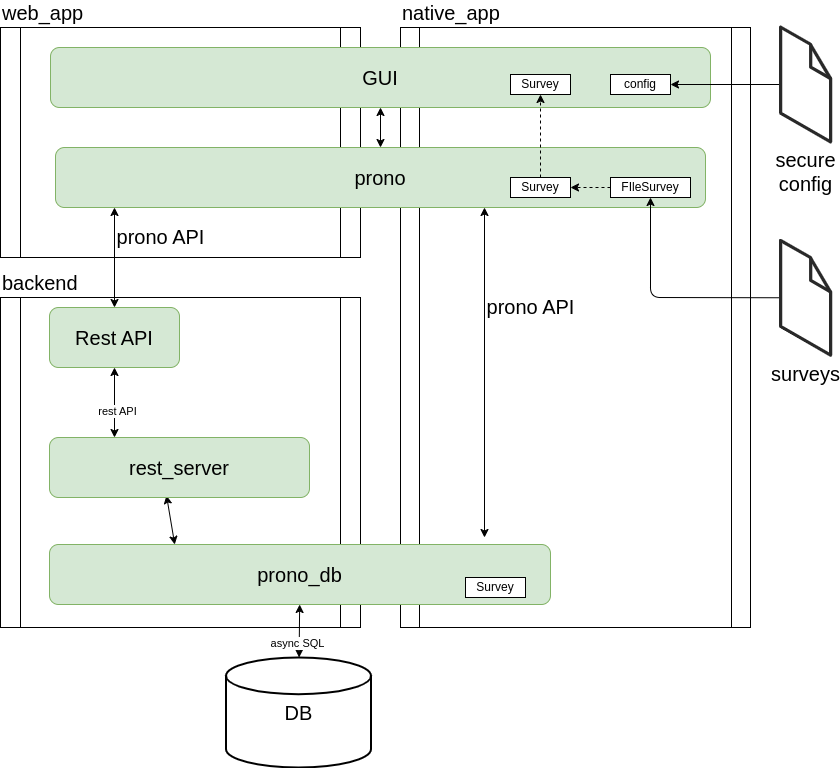
Earlier version of the draw.io export docs/architecture.drawio.png (jaques-sam/prono). Source tidied: cells renumbered, new cells last; positions are measured from the earlier drawing's top-left corner, leaving out a move shared by most shapes.
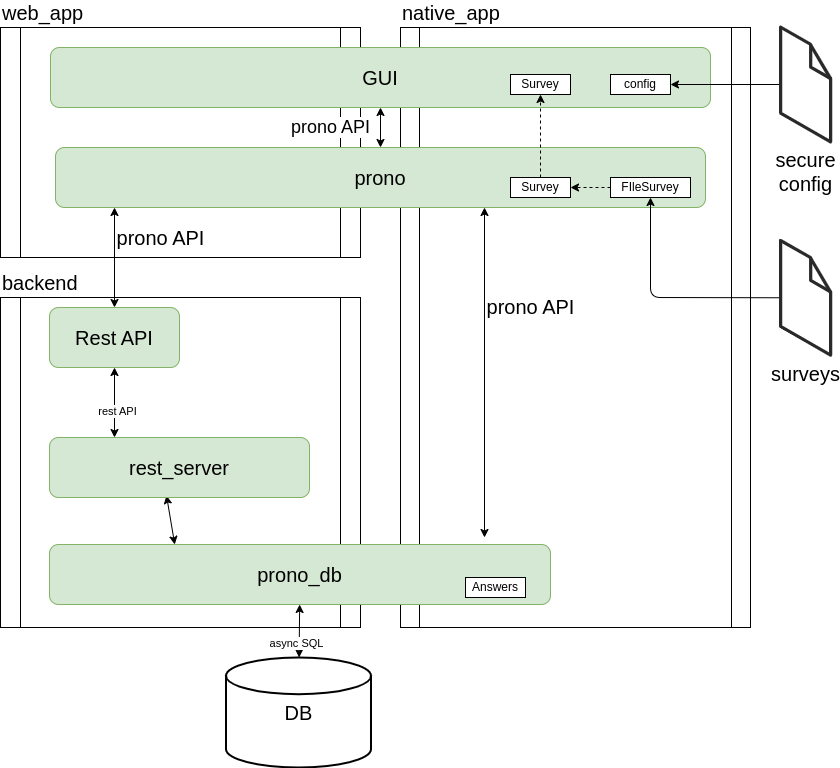
Above is the later version.

Commit message:
feat: prono lib is based on prono API

Change to the diagram source:
```diff
@@ -11,8 +11,8 @@
     <mxCell id="4" value="backend" style="shape=process;whiteSpace=wrap;html=1;backgroundOutline=1;size=0.05555555555555555;labelPosition=center;verticalLabelPosition=top;align=left;verticalAlign=bottom;fontSize=20;" parent="1" vertex="1">
       <mxGeometry y="270" width="360" height="330" as="geometry" />
     </mxCell>
-    <mxCell id="5" style="edgeStyle=none;html=1;startArrow=classic;startFill=1;" parent="1" edge="1" source="6" target="13">
-      <mxGeometry relative="1" as="geometry" />
+    <mxCell id="5" value="&lt;font style=&quot;font-size: 18px;&quot;&gt;prono API&lt;/font&gt;" style="edgeStyle=none;html=1;startArrow=classic;startFill=1;" parent="1" edge="1" source="6" target="13">
+      <mxGeometry y="-50" relative="1" as="geometry" />
     </mxCell>
     <mxCell id="6" value="GUI" style="rounded=1;whiteSpace=wrap;html=1;fontSize=20;fillColor=#d5e8d4;strokeColor=#82b366;" parent="1" vertex="1">
       <mxGeometry x="50" y="20" width="660" height="60" as="geometry" />
@@ -79,7 +79,7 @@
         <mxPoint x="484" y="510" as="sourcePoint" />
       </mxGeometry>
     </mxCell>
-    <mxCell id="25" value="Survey" style="rounded=0;whiteSpace=wrap;html=1;" parent="1" vertex="1">
+    <mxCell id="25" value="Answers" style="rounded=0;whiteSpace=wrap;html=1;" parent="1" vertex="1">
       <mxGeometry x="465" y="550" width="60" height="20" as="geometry" />
     </mxCell>
     <mxCell id="26" value="&lt;span style=&quot;font-size: 20px;&quot;&gt;surveys&lt;/span&gt;" style="verticalLabelPosition=bottom;html=1;verticalAlign=top;strokeWidth=1;align=center;outlineConnect=0;dashed=0;outlineConnect=0;shape=mxgraph.aws3d.file;strokeColor=#292929;" parent="1" vertex="1">
```
